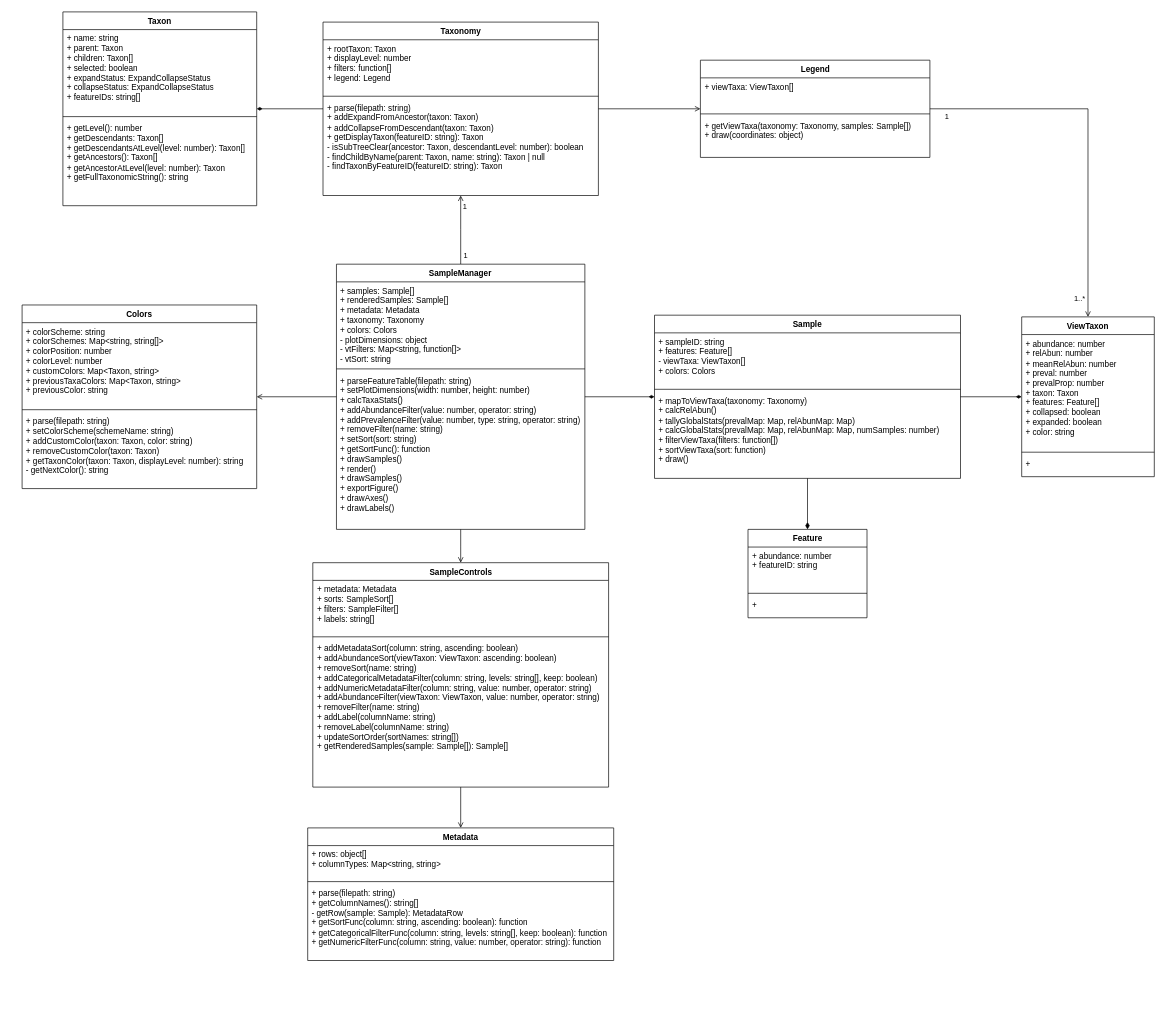
colinvwood/taxa-barplot keeps this draw.io diagram as docs/TaxaBarplotClasses.drawio. Above is the earlier version. Source tidied: cells renumbered, new cells numbered last; positions are measured from the earlier drawing's top-left corner, leaving out a move shared by most shapes. Both pictures are drawn from the tidied source at 68%, with x=0, y=0 at pixel (22, 12).
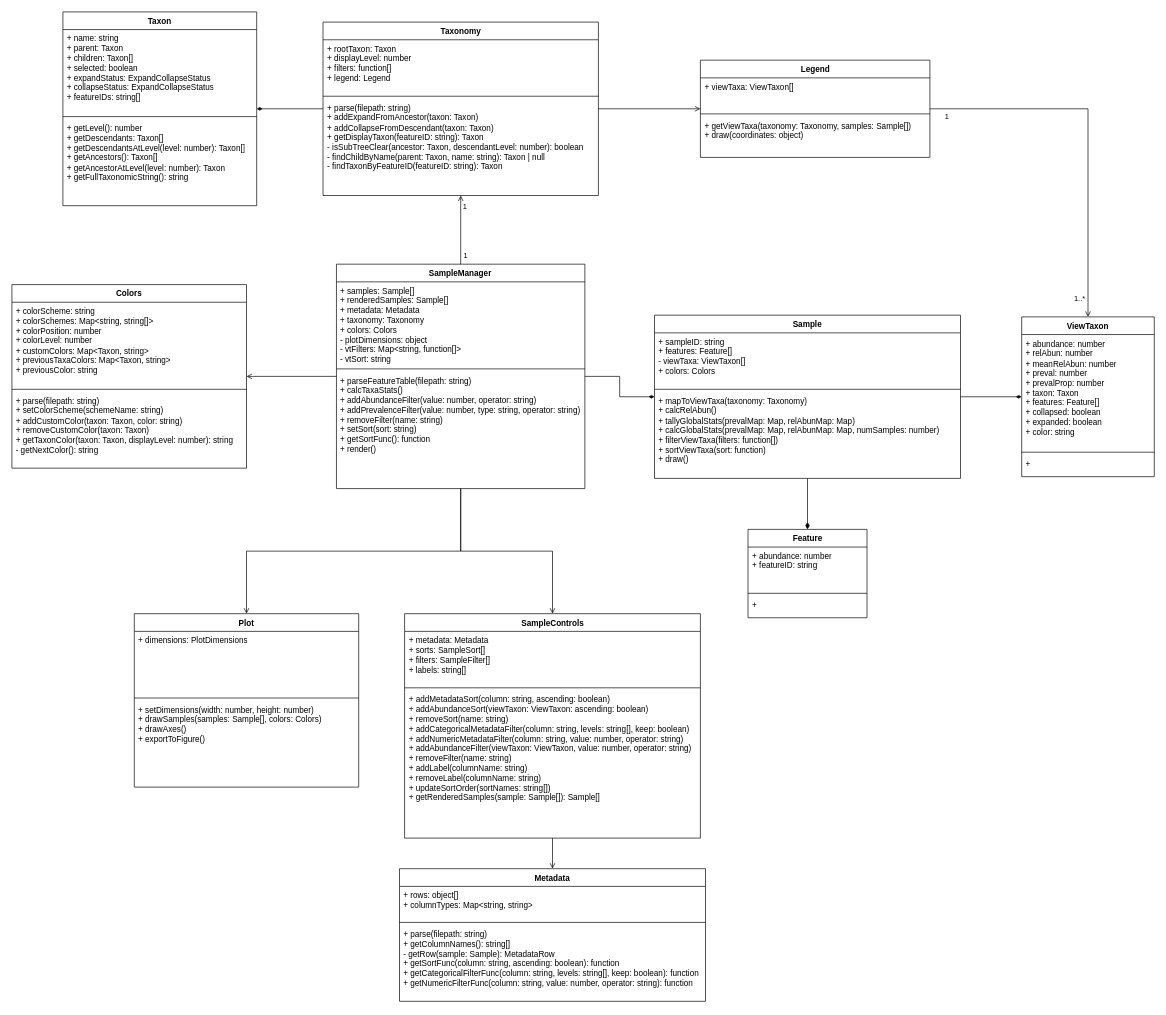
The same page after the edit.

Commit message (it also covers changes not shown here):
separate Plot from SampleManager

What changed in the source:
```diff
@@
+    <mxCell id="56" style="edgeStyle=orthogonalEdgeStyle;rounded=0;jettySize=auto;html=1;endArrow=open;endFill=0;" parent="1" edge="1" source="14" target="57">
+      <mxGeometry relative="1" as="geometry" />
+    </mxCell>
     <mxCell id="14" value="SampleManager" style="swimlane;fontStyle=1;align=center;verticalAlign=top;horizontal=1;startSize=26;whiteSpace=wrap;html=1;" parent="1" vertex="1">
-      <mxGeometry x="462.3" y="371" width="365.3" height="390" as="geometry" />
+      <mxGeometry x="462.3" y="371" width="365.3" height="330" as="geometry" />
     </mxCell>
@@
-    <mxCell id="17" value="&lt;div&gt;+ parseFeatureTable(filepath: string)&lt;/div&gt;&lt;div&gt;+ setPlotDimensions(width: number, height: number)&lt;/div&gt;&lt;div&gt;+ calcTaxaStats()&lt;/div&gt;&lt;div&gt;+ addAbundanceFilter(value: number, operator: string)&lt;/div&gt;&lt;div&gt;+ addPrevalenceFilter(value: number, type: string, operator: string)&lt;/div&gt;&lt;div&gt;+ removeFilter(name: string)&lt;/div&gt;&lt;div&gt;+ setSort(sort: string)&lt;/div&gt;&lt;div&gt;+ getSortFunc(): function&lt;/div&gt;&lt;div&gt;+ drawSamples()&lt;/div&gt;&lt;div&gt;+ render()&lt;/div&gt;&lt;div&gt;+ drawSamples()&lt;/div&gt;&lt;div&gt;+ exportFigure()&lt;br&gt;&lt;div&gt;+ drawAxes()&lt;/div&gt;&lt;/div&gt;&lt;div&gt;+ drawLabels()&lt;/div&gt;" style="text;strokeColor=none;fillColor=none;align=left;verticalAlign=top;spacingLeft=4;spacingRight=4;overflow=hidden;whiteSpace=wrap;html=1;" parent="14" vertex="1">
-      <mxGeometry y="158" width="365.3" height="232" as="geometry" />
+    <mxCell id="17" value="&lt;div&gt;+ parseFeatureTable(filepath: string)&lt;/div&gt;&lt;div&gt;+ calcTaxaStats()&lt;/div&gt;&lt;div&gt;+ addAbundanceFilter(value: number, operator: string)&lt;/div&gt;&lt;div&gt;+ addPrevalenceFilter(value: number, type: string, operator: string)&lt;/div&gt;&lt;div&gt;+ removeFilter(name: string)&lt;/div&gt;&lt;div&gt;+ setSort(sort: string)&lt;/div&gt;&lt;div&gt;+ getSortFunc(): function&lt;/div&gt;&lt;div&gt;+ render()&lt;/div&gt;&lt;div&gt;&lt;div&gt;&lt;br&gt;&lt;/div&gt;&lt;/div&gt;" style="text;strokeColor=none;fillColor=none;align=left;verticalAlign=top;spacingLeft=4;spacingRight=4;overflow=hidden;whiteSpace=wrap;html=1;" parent="14" vertex="1">
+      <mxGeometry y="158" width="365.3" height="172" as="geometry" />
     </mxCell>
@@
     <mxCell id="32" value="Metadata" style="swimlane;fontStyle=1;align=center;verticalAlign=top;horizontal=1;startSize=26;whiteSpace=wrap;html=1;" parent="1" vertex="1">
-      <mxGeometry x="420" y="1200" width="450" height="195" as="geometry" />
+      <mxGeometry x="555" y="1260" width="450" height="195" as="geometry" />
     </mxCell>
@@
     <mxCell id="43" value="Colors" style="swimlane;fontStyle=1;align=center;verticalAlign=top;horizontal=1;startSize=26;whiteSpace=wrap;html=1;" parent="1" vertex="1">
-      <mxGeometry y="431" width="345" height="270" as="geometry" />
+      <mxGeometry x="-15" y="401" width="345" height="270" as="geometry" />
     </mxCell>
@@
     <mxCell id="52" value="SampleControls" style="swimlane;fontStyle=1;align=center;verticalAlign=top;horizontal=1;startSize=26;whiteSpace=wrap;html=1;" parent="1" vertex="1">
-      <mxGeometry x="427.5" y="810" width="435" height="330" as="geometry" />
+      <mxGeometry x="562.5" y="885" width="435" height="330" as="geometry" />
     </mxCell>
@@
+    <mxCell id="57" value="Plot" style="swimlane;fontStyle=1;align=center;verticalAlign=top;horizontal=1;startSize=26;whiteSpace=wrap;html=1;" parent="1" vertex="1">
+      <mxGeometry x="165" y="885" width="330" height="255" as="geometry" />
+    </mxCell>
+    <mxCell id="58" value="&lt;div&gt;+ dimensions: PlotDimensions&lt;/div&gt;" style="text;strokeColor=none;fillColor=none;align=left;verticalAlign=top;spacingLeft=4;spacingRight=4;overflow=hidden;whiteSpace=wrap;html=1;" parent="57" vertex="1">
+      <mxGeometry y="26" width="330" height="94" as="geometry" />
+    </mxCell>
+    <mxCell id="59" style="line;strokeWidth=1;fillColor=none;align=left;verticalAlign=middle;spacingTop=-1;spacingLeft=3;spacingRight=3;labelPosition=right;strokeColor=inherit;" parent="57" vertex="1">
+      <mxGeometry y="120" width="330" height="8" as="geometry" />
+    </mxCell>
+    <mxCell id="60" value="+ setDimensions(width: number, height: number)&lt;div&gt;+ drawSamples(samples: Sample[], colors: Colors)&lt;/div&gt;&lt;div&gt;+ drawAxes()&lt;/div&gt;&lt;div&gt;+ exportToFigure()&lt;/div&gt;" style="text;strokeColor=none;fillColor=none;align=left;verticalAlign=top;spacingLeft=4;spacingRight=4;overflow=hidden;whiteSpace=wrap;html=1;" parent="57" vertex="1">
+      <mxGeometry y="128" width="330" height="127" as="geometry" />
+    </mxCell>
```
